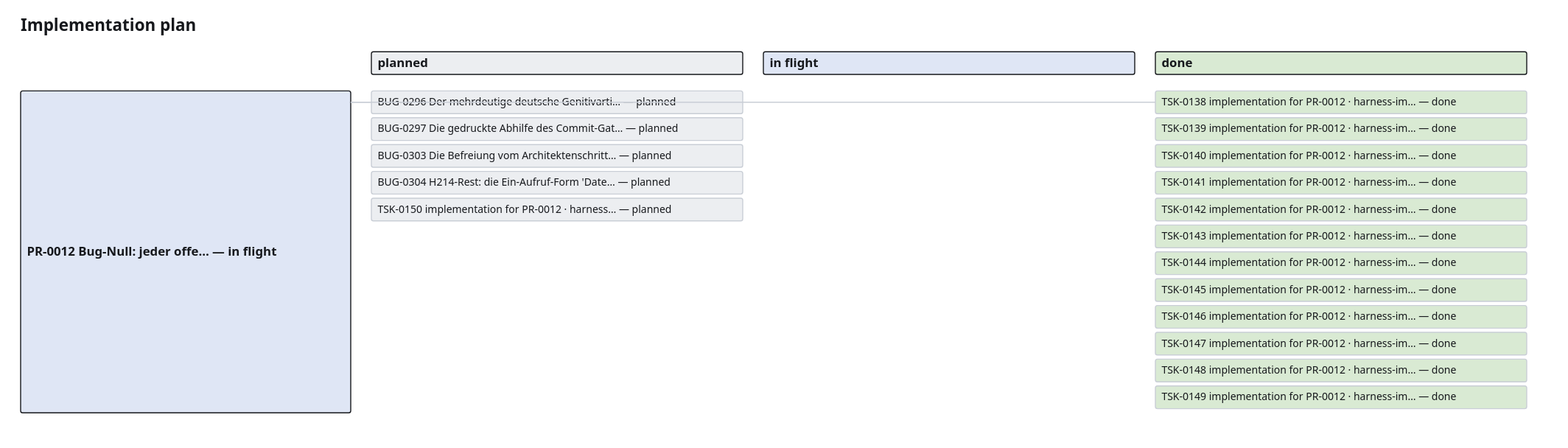
Above: project_memory/generated/plan.drawio.svg in GiaZenX/harness (draw.io), before the change. Source tidied: cells renumbered, new cells last; positions are measured from the earlier drawing's top-left corner, leaving out a move shared by most shapes.
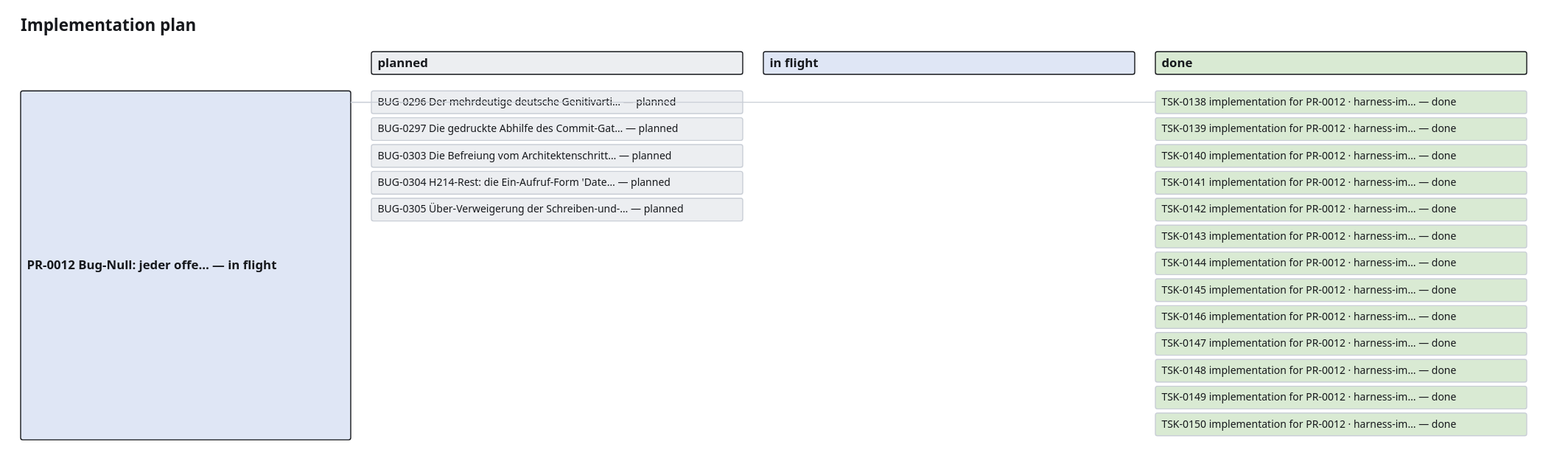
Above is the later version.

Diff of the diagram source:
```diff
@@ -15,7 +15,7 @@
       <mxGeometry x="1100" y="34" width="360" height="22" as="geometry" />
     </mxCell>
     <mxCell id="6" value="PR-0012 Bug-Null: jeder offe… — in flight" style="rounded=1;whiteSpace=wrap;html=1;fillColor=#dfe6f5;strokeColor=#16181c;fontSize=12;fontStyle=1;" parent="1" vertex="1">
-      <mxGeometry y="72" width="320" height="312" as="geometry" />
+      <mxGeometry y="72" width="320" height="338" as="geometry" />
     </mxCell>
     <mxCell id="7" value="BUG-0296 Der mehrdeutige deutsche Genitivarti… — planned" style="rounded=1;whiteSpace=wrap;html=1;fillColor=#eceef1;strokeColor=#c9ced6;fontSize=10;" parent="1" vertex="1">
       <mxGeometry x="340" y="72" width="360" height="22" as="geometry" />
@@ -32,7 +32,7 @@
     <mxCell id="11" value="BUG-0304 H214-Rest: die Ein-Aufruf-Form 'Date… — planned" style="rounded=1;whiteSpace=wrap;html=1;fillColor=#eceef1;strokeColor=#c9ced6;fontSize=10;" parent="1" vertex="1">
       <mxGeometry x="340" y="150" width="360" height="22" as="geometry" />
     </mxCell>
-    <mxCell id="12" value="TSK-0150 implementation for PR-0012 · harness… — planned" style="rounded=1;whiteSpace=wrap;html=1;fillColor=#eceef1;strokeColor=#c9ced6;fontSize=10;" parent="1" vertex="1">
+    <mxCell id="12" value="BUG-0305 Über-Verweigerung der Schreiben-und-… — planned" style="rounded=1;whiteSpace=wrap;html=1;fillColor=#eceef1;strokeColor=#c9ced6;fontSize=10;" parent="1" vertex="1">
       <mxGeometry x="340" y="176" width="360" height="22" as="geometry" />
     </mxCell>
     <mxCell id="13" value="TSK-0138 implementation for PR-0012 · harness-im… — done" style="rounded=1;whiteSpace=wrap;html=1;fillColor=#d9ead3;strokeColor=#c9ced6;fontSize=10;" parent="1" vertex="1">
@@ -74,5 +74,8 @@
     <mxCell id="25" value="TSK-0149 implementation for PR-0012 · harness-im… — done" style="rounded=1;whiteSpace=wrap;html=1;fillColor=#d9ead3;strokeColor=#c9ced6;fontSize=10;" parent="1" vertex="1">
       <mxGeometry x="1100" y="358" width="360" height="22" as="geometry" />
     </mxCell>
+    <mxCell id="26" value="TSK-0150 implementation for PR-0012 · harness-im… — done" style="rounded=1;whiteSpace=wrap;html=1;fillColor=#d9ead3;strokeColor=#c9ced6;fontSize=10;" parent="1" vertex="1">
+      <mxGeometry x="1100" y="384" width="360" height="22" as="geometry" />
+    </mxCell>
   </root>
 </mxGraphModel>
```
